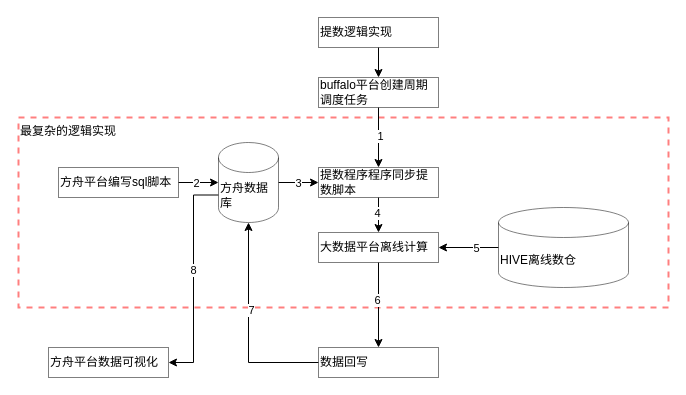
lihongliang1989/diagram keeps this draw.io diagram as page "BDP提数" (5 of 10) of 需求ROI评估.drawio. Above is the earlier version. Source tidied: cells renumbered, new cells numbered last; positions are measured from the earlier drawing's top-left corner, leaving out a move shared by most shapes. Both pictures are drawn from the tidied source at 100%, with x=0, y=0 at pixel (18, 17).
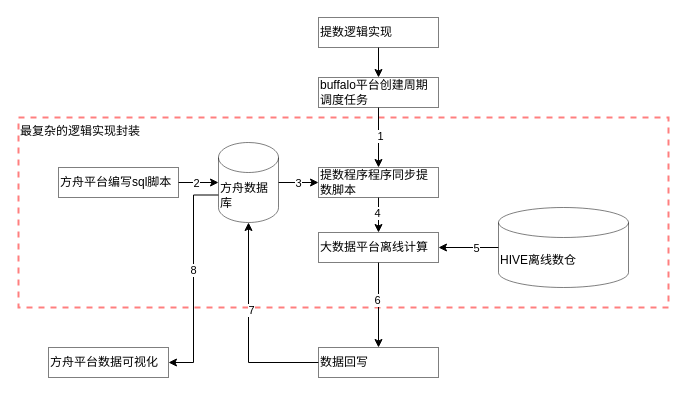
Above is the later version.

What changed in the source:
```diff
@@
-    <mxCell id="2" value="最复杂的逻辑实现" style="rounded=0;whiteSpace=wrap;html=1;shadow=0;glass=0;sketch=0;fontColor=#000000;fillColor=#FFFFFF;align=left;opacity=50;dashed=1;strokeWidth=2;strokeColor=#FF0000;verticalAlign=top;" parent="1" vertex="1">
+    <mxCell id="2" value="最复杂的逻辑实现封装" style="rounded=0;whiteSpace=wrap;html=1;shadow=0;glass=0;sketch=0;fontColor=#000000;fillColor=#FFFFFF;align=left;opacity=50;dashed=1;strokeWidth=2;strokeColor=#FF0000;verticalAlign=top;" parent="1" vertex="1">
       <mxGeometry y="100" width="650" height="190" as="geometry" />
     </mxCell>
```
